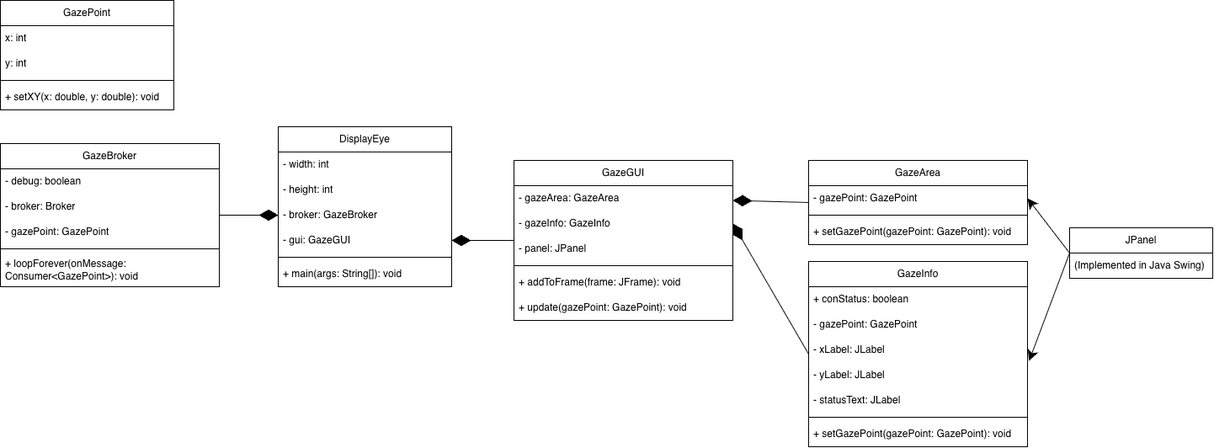
This is docs/30-display-eye/uml.png from CSC-Sandbox/5100-requirements, a draw.io export, as it was before one commit. Source tidied: cells renumbered, new cells last; positions are measured from the earlier drawing's top-left corner, leaving out a move shared by most shapes.
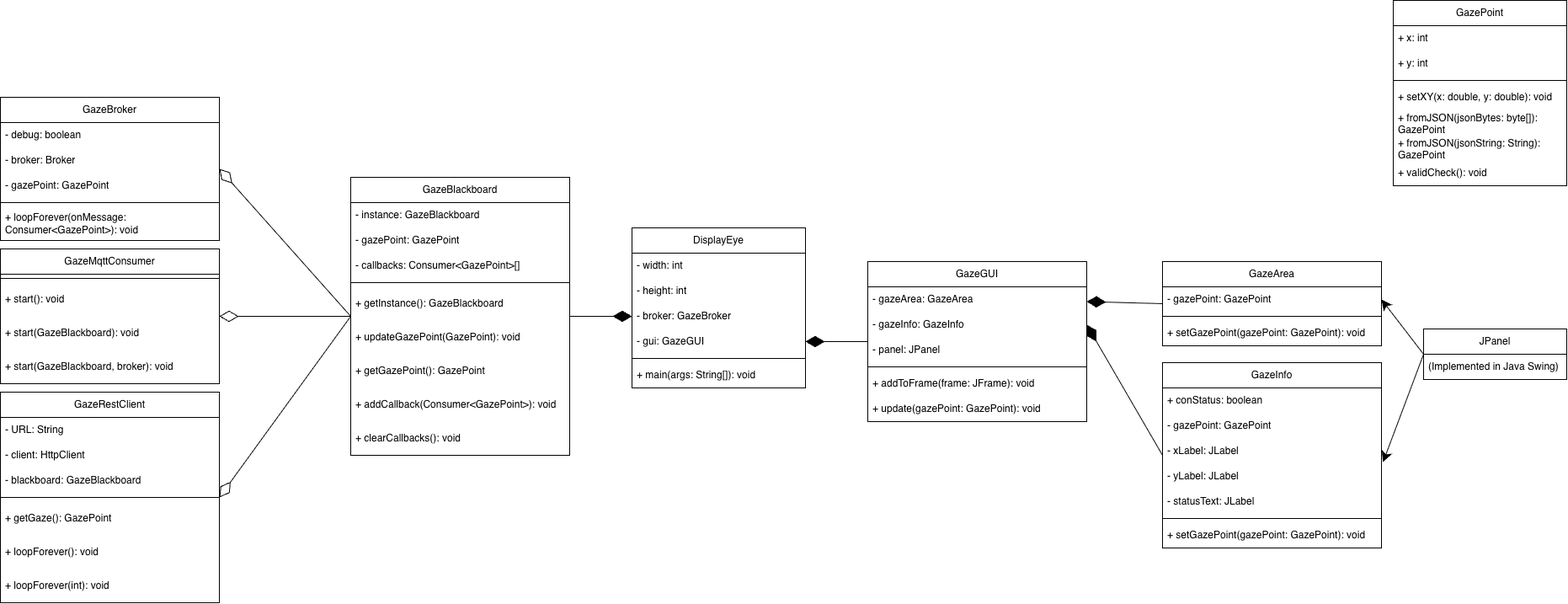
The same file after the commit.

Commit message:
Updated README and UML in docs/30-display-eye

The edit, as a diff of the source:
```diff
@@ -15,12 +15,12 @@
       <mxGeometry y="30" width="170" height="30" as="geometry" />
     </mxCell>
     <mxCell id="6" value="GazePoint" style="swimlane;fontStyle=0;horizontal=1;startSize=30;whiteSpace=wrap;html=1;" parent="1" vertex="1">
-      <mxGeometry width="206" height="130" as="geometry" />
+      <mxGeometry x="1234" y="-120" width="206" height="220" as="geometry" />
     </mxCell>
-    <mxCell id="7" value="x: int" style="text;strokeColor=none;fillColor=none;align=left;verticalAlign=middle;spacingLeft=4;spacingRight=4;overflow=hidden;whiteSpace=wrap;html=1;" parent="6" vertex="1">
+    <mxCell id="7" value="+ x: int" style="text;strokeColor=none;fillColor=none;align=left;verticalAlign=middle;spacingLeft=4;spacingRight=4;overflow=hidden;whiteSpace=wrap;html=1;" parent="6" vertex="1">
       <mxGeometry y="30" width="206" height="30" as="geometry" />
     </mxCell>
-    <mxCell id="8" value="y: int" style="text;strokeColor=none;fillColor=none;align=left;verticalAlign=middle;spacingLeft=4;spacingRight=4;overflow=hidden;whiteSpace=wrap;html=1;" parent="6" vertex="1">
+    <mxCell id="8" value="+ y: int" style="text;strokeColor=none;fillColor=none;align=left;verticalAlign=middle;spacingLeft=4;spacingRight=4;overflow=hidden;whiteSpace=wrap;html=1;" parent="6" vertex="1">
       <mxGeometry y="60" width="206" height="30" as="geometry" />
     </mxCell>
     <mxCell id="9" style="line;strokeWidth=1;dashed=0;labelPosition=right;align=left;verticalAlign=middle;spacingTop=0;spacingLeft=6;" parent="6" vertex="1">
@@ -29,6 +29,15 @@
     <mxCell id="10" value="&lt;div&gt;&lt;span style=&quot;background-color: transparent; color: light-dark(rgb(0, 0, 0), rgb(255, 255, 255));&quot;&gt;+ setXY(x: double, y: double): void&lt;/span&gt;&lt;/div&gt;" style="text;strokeColor=none;fillColor=none;align=left;verticalAlign=middle;spacingLeft=4;spacingRight=4;overflow=hidden;whiteSpace=wrap;html=1;dashed=1;dashPattern=8 0 0 0;" parent="6" vertex="1">
       <mxGeometry y="100" width="206" height="30" as="geometry" />
     </mxCell>
+    <mxCell id="47" value="&lt;div&gt;&lt;span style=&quot;background-color: transparent; color: light-dark(rgb(0, 0, 0), rgb(255, 255, 255));&quot;&gt;+ fromJSON(jsonBytes: byte[]): GazePoint&lt;/span&gt;&lt;/div&gt;" style="text;strokeColor=none;fillColor=none;align=left;verticalAlign=middle;spacingLeft=4;spacingRight=4;overflow=hidden;whiteSpace=wrap;html=1;dashed=1;dashPattern=8 0 0 0;" parent="6" vertex="1">
+      <mxGeometry y="130" width="206" height="30" as="geometry" />
+    </mxCell>
+    <mxCell id="48" value="&lt;div&gt;&lt;span style=&quot;background-color: transparent; color: light-dark(rgb(0, 0, 0), rgb(255, 255, 255));&quot;&gt;+ fromJSON(jsonString: String): GazePoint&lt;/span&gt;&lt;/div&gt;" style="text;strokeColor=none;fillColor=none;align=left;verticalAlign=middle;spacingLeft=4;spacingRight=4;overflow=hidden;whiteSpace=wrap;html=1;dashed=1;dashPattern=8 0 0 0;" parent="6" vertex="1">
+      <mxGeometry y="160" width="206" height="30" as="geometry" />
+    </mxCell>
+    <mxCell id="49" value="&lt;div&gt;&lt;span style=&quot;background-color: transparent; color: light-dark(rgb(0, 0, 0), rgb(255, 255, 255));&quot;&gt;+ validCheck(): void&lt;/span&gt;&lt;/div&gt;" style="text;strokeColor=none;fillColor=none;align=left;verticalAlign=middle;spacingLeft=4;spacingRight=4;overflow=hidden;whiteSpace=wrap;html=1;dashed=1;dashPattern=8 0 0 0;" parent="6" vertex="1">
+      <mxGeometry y="190" width="206" height="30" as="geometry" />
+    </mxCell>
     <mxCell id="11" value="DisplayEye" style="swimlane;fontStyle=0;horizontal=1;startSize=30;whiteSpace=wrap;html=1;" parent="1" vertex="1">
       <mxGeometry x="330" y="150" width="206" height="190" as="geometry" />
     </mxCell>
@@ -50,11 +59,11 @@
     <mxCell id="17" value="&lt;div&gt;&lt;span style=&quot;background-color: transparent; color: light-dark(rgb(0, 0, 0), rgb(255, 255, 255));&quot;&gt;+ main(args: String[]): void&lt;/span&gt;&lt;/div&gt;" style="text;strokeColor=none;fillColor=none;align=left;verticalAlign=middle;spacingLeft=4;spacingRight=4;overflow=hidden;whiteSpace=wrap;html=1;dashed=1;dashPattern=8 0 0 0;" parent="11" vertex="1">
       <mxGeometry y="160" width="206" height="30" as="geometry" />
     </mxCell>
-    <mxCell id="18" style="edgeStyle=none;rounded=0;jettySize=auto;html=1;exitX=1;exitY=0.5;exitDx=0;exitDy=0;entryX=0;entryY=0.5;entryDx=0;entryDy=0;endArrow=diamondThin;endFill=1;endSize=20;startSize=20;" parent="1" edge="1" source="19" target="14">
+    <mxCell id="18" style="edgeStyle=none;rounded=0;jettySize=auto;html=1;exitX=1;exitY=0.5;exitDx=0;exitDy=0;endArrow=none;endFill=0;endSize=20;startSize=20;startArrow=diamondThin;startFill=0;entryX=0;entryY=0.5;entryDx=0;entryDy=0;" parent="1" edge="1" source="19" target="53">
       <mxGeometry relative="1" as="geometry" />
     </mxCell>
     <mxCell id="19" value="GazeBroker" style="swimlane;fontStyle=0;horizontal=1;startSize=30;whiteSpace=wrap;html=1;" parent="1" vertex="1">
-      <mxGeometry y="170" width="260" height="170" as="geometry" />
+      <mxGeometry x="-420" y="-5" width="260" height="170" as="geometry" />
     </mxCell>
     <mxCell id="20" value="- debug: boolean" style="text;strokeColor=none;fillColor=none;align=left;verticalAlign=middle;spacingLeft=4;spacingRight=4;overflow=hidden;whiteSpace=wrap;html=1;" parent="19" vertex="1">
       <mxGeometry y="30" width="260" height="30" as="geometry" />
@@ -137,5 +146,83 @@
     <mxCell id="46" value="&lt;div&gt;&lt;span style=&quot;background-color: transparent; color: light-dark(rgb(0, 0, 0), rgb(255, 255, 255));&quot;&gt;+ setGazePoint(gazePoint: GazePoint): void&lt;br&gt;&lt;/span&gt;&lt;/div&gt;" style="text;strokeColor=none;fillColor=none;align=left;verticalAlign=middle;spacingLeft=4;spacingRight=4;overflow=hidden;whiteSpace=wrap;html=1;dashed=1;dashPattern=8 0 0 0;" parent="39" vertex="1">
       <mxGeometry y="190" width="260" height="30" as="geometry" />
     </mxCell>
+    <mxCell id="50" style="rounded=0;jettySize=auto;html=1;exitX=1;exitY=0.5;exitDx=0;exitDy=0;entryX=0;entryY=0.5;entryDx=0;entryDy=0;endArrow=diamondThin;endFill=1;endSize=20;" parent="1" edge="1" source="53" target="14">
+      <mxGeometry relative="1" as="geometry" />
+    </mxCell>
+    <mxCell id="51" style="rounded=0;jettySize=auto;html=1;exitX=0;exitY=0.5;exitDx=0;exitDy=0;entryX=1;entryY=0.5;entryDx=0;entryDy=0;endArrow=diamondThin;endFill=0;endSize=20;" parent="1" edge="1" source="53" target="63">
+      <mxGeometry relative="1" as="geometry" />
+    </mxCell>
+    <mxCell id="52" style="rounded=0;jettySize=auto;html=1;exitX=0;exitY=0.5;exitDx=0;exitDy=0;entryX=1;entryY=0.5;entryDx=0;entryDy=0;endArrow=diamondThin;endFill=0;endSize=20;" parent="1" edge="1" source="53" target="68">
+      <mxGeometry relative="1" as="geometry" />
+    </mxCell>
+    <mxCell id="53" value="GazeBlackboard" style="swimlane;fontStyle=0;horizontal=1;startSize=30;whiteSpace=wrap;html=1;" parent="1" vertex="1">
+      <mxGeometry x="-4" y="90" width="260" height="330" as="geometry" />
+    </mxCell>
+    <mxCell id="54" value="- instance: GazeBlackboard" style="text;strokeColor=none;fillColor=none;align=left;verticalAlign=middle;spacingLeft=4;spacingRight=4;overflow=hidden;whiteSpace=wrap;html=1;" parent="53" vertex="1">
+      <mxGeometry y="30" width="260" height="30" as="geometry" />
+    </mxCell>
+    <mxCell id="55" value="- gazePoint: GazePoint" style="text;strokeColor=none;fillColor=none;align=left;verticalAlign=middle;spacingLeft=4;spacingRight=4;overflow=hidden;whiteSpace=wrap;html=1;" parent="53" vertex="1">
+      <mxGeometry y="60" width="260" height="30" as="geometry" />
+    </mxCell>
+    <mxCell id="56" value="- callbacks: Consumer&amp;lt;GazePoint&amp;gt;[]" style="text;strokeColor=none;fillColor=none;align=left;verticalAlign=middle;spacingLeft=4;spacingRight=4;overflow=hidden;whiteSpace=wrap;html=1;" parent="53" vertex="1">
+      <mxGeometry y="90" width="260" height="30" as="geometry" />
+    </mxCell>
+    <mxCell id="57" style="line;strokeWidth=1;dashed=0;labelPosition=right;align=left;verticalAlign=middle;spacingTop=0;spacingLeft=6;" parent="53" vertex="1">
+      <mxGeometry y="120" width="260" height="10" as="geometry" />
+    </mxCell>
+    <mxCell id="58" value="&lt;div&gt;&lt;span style=&quot;background-color: transparent; color: light-dark(rgb(0, 0, 0), rgb(255, 255, 255));&quot;&gt;+ getInstance(): GazeBlackboard&lt;/span&gt;&lt;/div&gt;" style="text;strokeColor=none;fillColor=none;align=left;verticalAlign=middle;spacingLeft=4;spacingRight=4;overflow=hidden;whiteSpace=wrap;html=1;dashed=1;dashPattern=8 0 0 0;" parent="53" vertex="1">
+      <mxGeometry y="130" width="260" height="40" as="geometry" />
+    </mxCell>
+    <mxCell id="59" value="&lt;div&gt;&lt;span style=&quot;background-color: transparent; color: light-dark(rgb(0, 0, 0), rgb(255, 255, 255));&quot;&gt;+ updateGazePoint(GazePoint): void&lt;br&gt;&lt;/span&gt;&lt;/div&gt;" style="text;strokeColor=none;fillColor=none;align=left;verticalAlign=middle;spacingLeft=4;spacingRight=4;overflow=hidden;whiteSpace=wrap;html=1;dashed=1;dashPattern=8 0 0 0;" parent="53" vertex="1">
+      <mxGeometry y="170" width="260" height="40" as="geometry" />
+    </mxCell>
+    <mxCell id="60" value="&lt;div&gt;&lt;span style=&quot;background-color: transparent; color: light-dark(rgb(0, 0, 0), rgb(255, 255, 255));&quot;&gt;+ getGazePoint(): GazePoint&lt;br&gt;&lt;/span&gt;&lt;/div&gt;" style="text;strokeColor=none;fillColor=none;align=left;verticalAlign=middle;spacingLeft=4;spacingRight=4;overflow=hidden;whiteSpace=wrap;html=1;dashed=1;dashPattern=8 0 0 0;" parent="53" vertex="1">
+      <mxGeometry y="210" width="260" height="40" as="geometry" />
+    </mxCell>
+    <mxCell id="61" value="&lt;div&gt;&lt;span style=&quot;background-color: transparent; color: light-dark(rgb(0, 0, 0), rgb(255, 255, 255));&quot;&gt;+ addCallback(Consumer&amp;lt;GazePoint&amp;gt;): void&lt;/span&gt;&lt;/div&gt;" style="text;strokeColor=none;fillColor=none;align=left;verticalAlign=middle;spacingLeft=4;spacingRight=4;overflow=hidden;whiteSpace=wrap;html=1;dashed=1;dashPattern=8 0 0 0;" parent="53" vertex="1">
+      <mxGeometry y="250" width="260" height="40" as="geometry" />
+    </mxCell>
+    <mxCell id="62" value="&lt;div&gt;&lt;span style=&quot;background-color: transparent; color: light-dark(rgb(0, 0, 0), rgb(255, 255, 255));&quot;&gt;+ clearCallbacks(): void&lt;/span&gt;&lt;/div&gt;" style="text;strokeColor=none;fillColor=none;align=left;verticalAlign=middle;spacingLeft=4;spacingRight=4;overflow=hidden;whiteSpace=wrap;html=1;dashed=1;dashPattern=8 0 0 0;" parent="53" vertex="1">
+      <mxGeometry y="290" width="260" height="40" as="geometry" />
+    </mxCell>
+    <mxCell id="63" value="GazeMqttConsumer" style="swimlane;fontStyle=0;horizontal=1;startSize=30;whiteSpace=wrap;html=1;" parent="1" vertex="1">
+      <mxGeometry x="-420" y="175" width="260" height="160" as="geometry" />
+    </mxCell>
+    <mxCell id="64" style="line;strokeWidth=1;dashed=0;labelPosition=right;align=left;verticalAlign=middle;spacingTop=0;spacingLeft=6;" parent="63" vertex="1">
+      <mxGeometry y="30" width="260" height="10" as="geometry" />
+    </mxCell>
+    <mxCell id="65" value="&lt;div&gt;&lt;span style=&quot;background-color: transparent; color: light-dark(rgb(0, 0, 0), rgb(255, 255, 255));&quot;&gt;+ start(): void&lt;/span&gt;&lt;/div&gt;" style="text;strokeColor=none;fillColor=none;align=left;verticalAlign=middle;spacingLeft=4;spacingRight=4;overflow=hidden;whiteSpace=wrap;html=1;dashed=1;dashPattern=8 0 0 0;" parent="63" vertex="1">
+      <mxGeometry y="40" width="260" height="40" as="geometry" />
+    </mxCell>
+    <mxCell id="66" value="&lt;div&gt;&lt;span style=&quot;background-color: transparent; color: light-dark(rgb(0, 0, 0), rgb(255, 255, 255));&quot;&gt;+ start(GazeBlackboard): void&lt;/span&gt;&lt;/div&gt;" style="text;strokeColor=none;fillColor=none;align=left;verticalAlign=middle;spacingLeft=4;spacingRight=4;overflow=hidden;whiteSpace=wrap;html=1;dashed=1;dashPattern=8 0 0 0;" parent="63" vertex="1">
+      <mxGeometry y="80" width="260" height="40" as="geometry" />
+    </mxCell>
+    <mxCell id="67" value="&lt;div&gt;&lt;span style=&quot;background-color: transparent; color: light-dark(rgb(0, 0, 0), rgb(255, 255, 255));&quot;&gt;+ start(GazeBlackboard, broker): void&lt;/span&gt;&lt;/div&gt;" style="text;strokeColor=none;fillColor=none;align=left;verticalAlign=middle;spacingLeft=4;spacingRight=4;overflow=hidden;whiteSpace=wrap;html=1;dashed=1;dashPattern=8 0 0 0;" parent="63" vertex="1">
+      <mxGeometry y="120" width="260" height="40" as="geometry" />
+    </mxCell>
+    <mxCell id="68" value="GazeRestClient" style="swimlane;fontStyle=0;horizontal=1;startSize=30;whiteSpace=wrap;html=1;" parent="1" vertex="1">
+      <mxGeometry x="-420" y="345" width="260" height="250" as="geometry" />
+    </mxCell>
+    <mxCell id="69" value="- URL: String" style="text;strokeColor=none;fillColor=none;align=left;verticalAlign=middle;spacingLeft=4;spacingRight=4;overflow=hidden;whiteSpace=wrap;html=1;" parent="68" vertex="1">
+      <mxGeometry y="30" width="260" height="30" as="geometry" />
+    </mxCell>
+    <mxCell id="70" value="- client: HttpClient" style="text;strokeColor=none;fillColor=none;align=left;verticalAlign=middle;spacingLeft=4;spacingRight=4;overflow=hidden;whiteSpace=wrap;html=1;" parent="68" vertex="1">
+      <mxGeometry y="60" width="260" height="30" as="geometry" />
+    </mxCell>
+    <mxCell id="71" value="- blackboard: GazeBlackboard" style="text;strokeColor=none;fillColor=none;align=left;verticalAlign=middle;spacingLeft=4;spacingRight=4;overflow=hidden;whiteSpace=wrap;html=1;" parent="68" vertex="1">
+      <mxGeometry y="90" width="260" height="30" as="geometry" />
+    </mxCell>
+    <mxCell id="72" style="line;strokeWidth=1;dashed=0;labelPosition=right;align=left;verticalAlign=middle;spacingTop=0;spacingLeft=6;" parent="68" vertex="1">
+      <mxGeometry y="120" width="260" height="10" as="geometry" />
+    </mxCell>
+    <mxCell id="73" value="&lt;div&gt;&lt;span style=&quot;background-color: transparent; color: light-dark(rgb(0, 0, 0), rgb(255, 255, 255));&quot;&gt;+ getGaze(): GazePoint&lt;/span&gt;&lt;/div&gt;" style="text;strokeColor=none;fillColor=none;align=left;verticalAlign=middle;spacingLeft=4;spacingRight=4;overflow=hidden;whiteSpace=wrap;html=1;dashed=1;dashPattern=8 0 0 0;" parent="68" vertex="1">
+      <mxGeometry y="130" width="260" height="40" as="geometry" />
+    </mxCell>
+    <mxCell id="74" value="&lt;div&gt;&lt;span style=&quot;background-color: transparent; color: light-dark(rgb(0, 0, 0), rgb(255, 255, 255));&quot;&gt;+ loopForever(): void&lt;/span&gt;&lt;/div&gt;" style="text;strokeColor=none;fillColor=none;align=left;verticalAlign=middle;spacingLeft=4;spacingRight=4;overflow=hidden;whiteSpace=wrap;html=1;dashed=1;dashPattern=8 0 0 0;" parent="68" vertex="1">
+      <mxGeometry y="170" width="260" height="40" as="geometry" />
+    </mxCell>
+    <mxCell id="75" value="&lt;div&gt;&lt;span style=&quot;background-color: transparent; color: light-dark(rgb(0, 0, 0), rgb(255, 255, 255));&quot;&gt;+ loopForever(int): void&lt;/span&gt;&lt;/div&gt;" style="text;strokeColor=none;fillColor=none;align=left;verticalAlign=middle;spacingLeft=4;spacingRight=4;overflow=hidden;whiteSpace=wrap;html=1;dashed=1;dashPattern=8 0 0 0;" parent="68" vertex="1">
+      <mxGeometry y="210" width="260" height="40" as="geometry" />
+    </mxCell>
   </root>
 </mxGraphModel>
```
